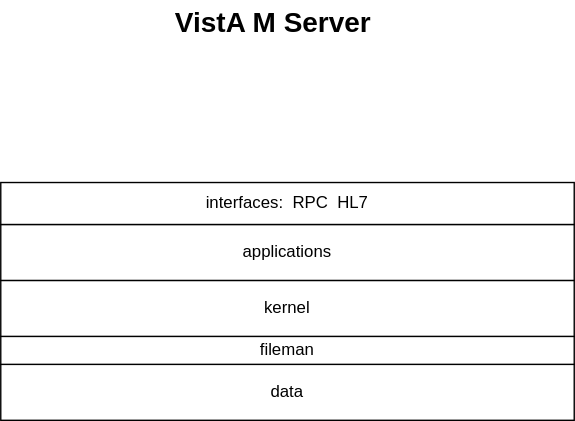
Above: vista.drawio.svg in cloudvista/adoc-drawio (draw.io), before the change. Source tidied: cells renumbered, new cells last; positions are measured from the earlier drawing's top-left corner, leaving out a move shared by most shapes.
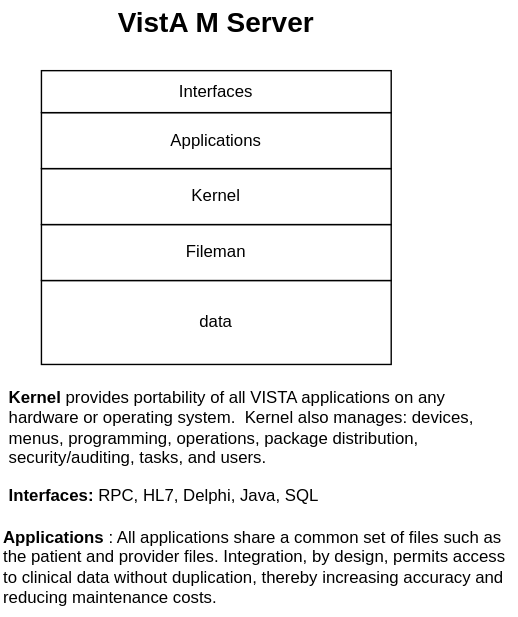
Above is the later version.

Change to the diagram source:
```diff
@@ -3,22 +3,31 @@
     <mxCell id="0" />
     <mxCell id="1" parent="0" />
     <mxCell id="2" value="data" style="whiteSpace=wrap;html=1;fontFamily=Helvetica;" parent="1" vertex="1">
-      <mxGeometry y="260" width="410" height="40" as="geometry" />
+      <mxGeometry y="280" width="250" height="60" as="geometry" />
     </mxCell>
-    <mxCell id="3" value="fileman" style="rounded=0;whiteSpace=wrap;html=1;labelBackgroundColor=default;labelBorderColor=none;" parent="1" vertex="1">
-      <mxGeometry y="240" width="410" height="20" as="geometry" />
+    <mxCell id="3" value="Fileman" style="rounded=0;whiteSpace=wrap;html=1;labelBackgroundColor=default;labelBorderColor=none;" parent="1" vertex="1">
+      <mxGeometry y="240" width="250" height="40" as="geometry" />
     </mxCell>
     <mxCell id="4" value="VistA M Server" style="text;html=1;strokeColor=none;fillColor=none;align=center;verticalAlign=middle;whiteSpace=wrap;rounded=0;labelBackgroundColor=default;labelBorderColor=none;fontStyle=1;fontSize=20;" parent="1" vertex="1">
-      <mxGeometry x="110" width="170" height="30" as="geometry" />
+      <mxGeometry x="40" y="80" width="170" height="30" as="geometry" />
     </mxCell>
-    <mxCell id="5" value="kernel" style="rounded=0;whiteSpace=wrap;html=1;labelBackgroundColor=default;labelBorderColor=none;" parent="1" vertex="1">
-      <mxGeometry y="200" width="410" height="40" as="geometry" />
+    <mxCell id="5" value="Kernel" style="rounded=0;whiteSpace=wrap;html=1;labelBackgroundColor=default;labelBorderColor=none;" parent="1" vertex="1">
+      <mxGeometry y="200" width="250" height="40" as="geometry" />
     </mxCell>
-    <mxCell id="6" value="applications" style="rounded=0;whiteSpace=wrap;html=1;labelBackgroundColor=default;labelBorderColor=none;" parent="1" vertex="1">
-      <mxGeometry y="160" width="410" height="40" as="geometry" />
+    <mxCell id="6" value="Applications" style="rounded=0;whiteSpace=wrap;html=1;labelBackgroundColor=default;labelBorderColor=none;" parent="1" vertex="1">
+      <mxGeometry y="160" width="250" height="40" as="geometry" />
     </mxCell>
-    <mxCell id="7" value="interfaces:&amp;nbsp; RPC&amp;nbsp; HL7&amp;nbsp;" style="rounded=0;whiteSpace=wrap;html=1;labelBackgroundColor=default;labelBorderColor=none;" parent="1" vertex="1">
-      <mxGeometry y="130" width="410" height="30" as="geometry" />
+    <mxCell id="7" value="Interfaces" style="rounded=0;whiteSpace=wrap;html=1;labelBackgroundColor=default;labelBorderColor=none;" parent="1" vertex="1">
+      <mxGeometry y="130" width="250" height="30" as="geometry" />
     </mxCell>
+    <mxCell id="8" value="&lt;b&gt;Kernel&lt;/b&gt; provides portability of all VISTA applications on any hardware or operating system.&amp;nbsp; Kernel also manages: devices, menus, programming, operations, package distribution, security/auditing, tasks, and users." style="text;whiteSpace=wrap;html=1;" parent="1" vertex="1">
+      <mxGeometry x="-25" y="350" width="355" height="60" as="geometry" />
+    </mxCell>
+    <mxCell id="9" value="&lt;b&gt;Interfaces:&lt;/b&gt;&amp;nbsp; RPC, HL7, Delphi, Java, SQL" style="text;whiteSpace=wrap;html=1;" parent="1" vertex="1">
+      <mxGeometry x="-25" y="420" width="365" height="20" as="geometry" />
+    </mxCell>
+    <mxCell id="10" value="&lt;b&gt;Applications&lt;/b&gt;: All applications share a common set of files such as the patient and provider files. Integration, by design, permits access to clinical data without duplication, thereby increasing accuracy and reducing maintenance costs." style="text;whiteSpace=wrap;html=1;" parent="1" vertex="1">
+      <mxGeometry x="-28.8" y="450" width="362.5" height="70" as="geometry" />
+    </mxCell>
   </root>
 </mxGraphModel>
```
